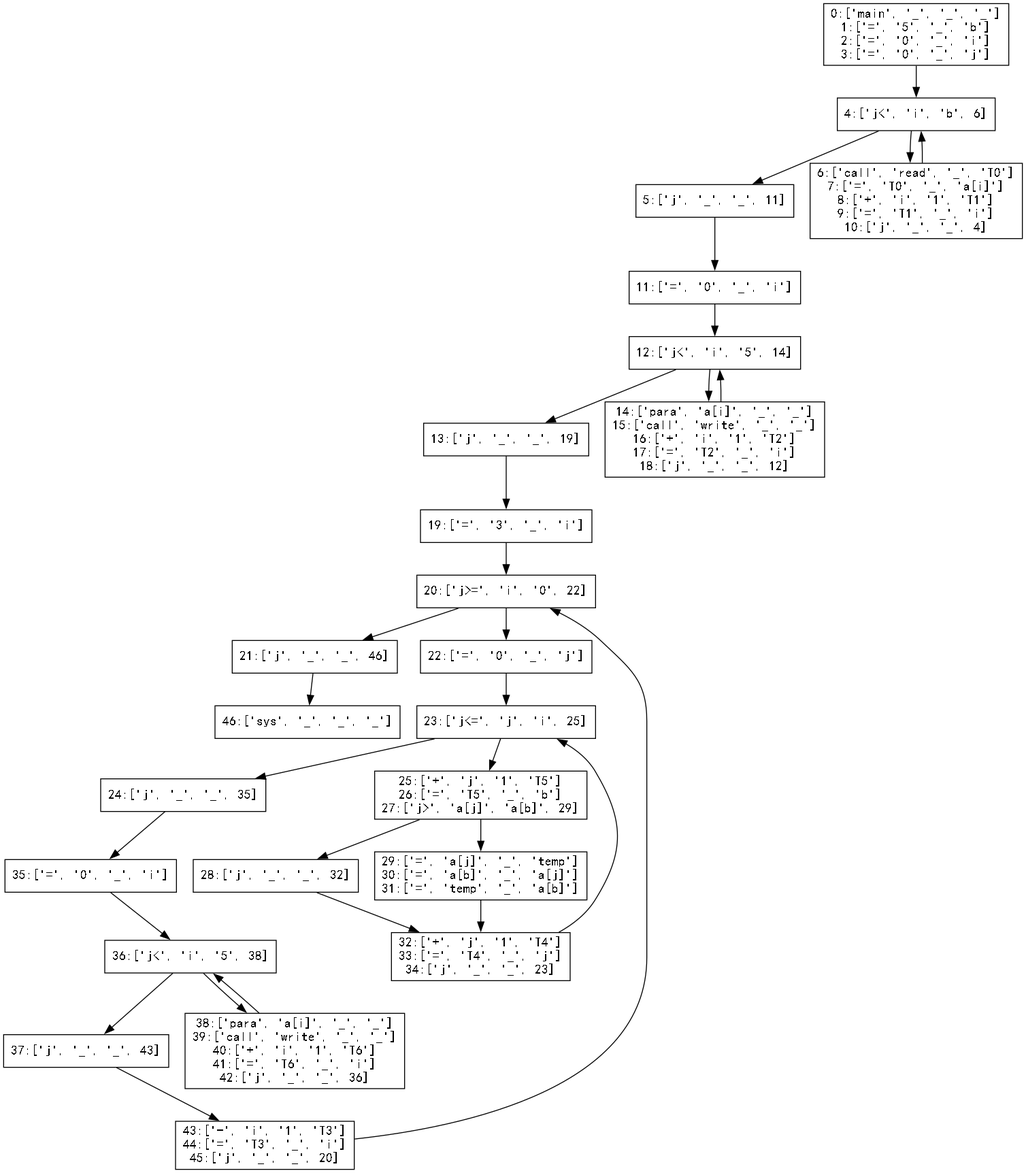
The Graphviz diagram Basic_Block/basic_block.gv.png in hutao99/compiler, before a commit. Its source is kept beside it as Basic_Block/basic_block.gv.
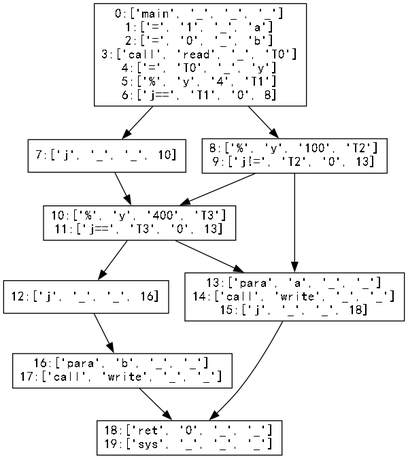
Later version of the same file.

What changed in the source:
```diff
@@ -1,102 +1,40 @@
 digraph "./Basic_Block/basic_block" {
 	0 [label="0:['main', '_', '_', '_']
-1:['=', '5', '_', 'b']
-2:['=', '0', '_', 'i']
-3:['=', '0', '_', 'j']
+1:['=', '1', '_', 'a']
+2:['=', '0', '_', 'b']
+3:['call', 'read', '_', 'T0']
+4:['=', 'T0', '_', 'y']
+5:['%', 'y', '4', 'T1']
+6:['j==', 'T1', '0', 8]
 " fontname=SimHei shape=rectangle]
-	1 [label="4:['j<', 'i', 'b', 6]
+	1 [label="7:['j', '_', '_', 10]
 " fontname=SimHei shape=rectangle]
-	2 [label="5:['j', '_', '_', 11]
+	2 [label="8:['%', 'y', '100', 'T2']
+9:['j!=', 'T2', '0', 13]
 " fontname=SimHei shape=rectangle]
-	3 [label="6:['call', 'read', '_', 'T0']
-7:['=', 'T0', '_', 'a[i]']
-8:['+', 'i', '1', 'T1']
-9:['=', 'T1', '_', 'i']
-10:['j', '_', '_', 4]
+	3 [label="10:['%', 'y', '400', 'T3']
+11:['j==', 'T3', '0', 13]
 " fontname=SimHei shape=rectangle]
-	4 [label="11:['=', '0', '_', 'i']
+	4 [label="12:['j', '_', '_', 16]
 " fontname=SimHei shape=rectangle]
-	5 [label="12:['j<', 'i', '5', 14]
+	5 [label="13:['para', 'a', '_', '_']
+14:['call', 'write', '_', '_']
+15:['j', '_', '_', 18]
 " fontname=SimHei shape=rectangle]
-	6 [label="13:['j', '_', '_', 19]
+	6 [label="16:['para', 'b', '_', '_']
+17:['call', 'write', '_', '_']
 " fontname=SimHei shape=rectangle]
-	7 [label="14:['para', 'a[i]', '_', '_']
-15:['call', 'write', '_', '_']
-16:['+', 'i', '1', 'T2']
-17:['=', 'T2', '_', 'i']
-18:['j', '_', '_', 12]
+	7 [label="18:['ret', '0', '_', '_']
+19:['sys', '_', '_', '_']
 " fontname=SimHei shape=rectangle]
-	8 [label="19:['=', '3', '_', 'i']
-" fontname=SimHei shape=rectangle]
-	9 [label="20:['j>=', 'i', '0', 22]
-" fontname=SimHei shape=rectangle]
-	10 [label="21:['j', '_', '_', 46]
-" fontname=SimHei shape=rectangle]
-	11 [label="22:['=', '0', '_', 'j']
-" fontname=SimHei shape=rectangle]
-	12 [label="23:['j<=', 'j', 'i', 25]
-" fontname=SimHei shape=rectangle]
-	13 [label="24:['j', '_', '_', 35]
-" fontname=SimHei shape=rectangle]
-	14 [label="25:['+', 'j', '1', 'T5']
-26:['=', 'T5', '_', 'b']
-27:['j>', 'a[j]', 'a[b]', 29]
-" fontname=SimHei shape=rectangle]
-	15 [label="28:['j', '_', '_', 32]
-" fontname=SimHei shape=rectangle]
-	16 [label="29:['=', 'a[j]', '_', 'temp']
-30:['=', 'a[b]', '_', 'a[j]']
-31:['=', 'temp', '_', 'a[b]']
-" fontname=SimHei shape=rectangle]
-	17 [label="32:['+', 'j', '1', 'T4']
-33:['=', 'T4', '_', 'j']
-34:['j', '_', '_', 23]
-" fontname=SimHei shape=rectangle]
-	18 [label="35:['=', '0', '_', 'i']
-" fontname=SimHei shape=rectangle]
-	19 [label="36:['j<', 'i', '5', 38]
-" fontname=SimHei shape=rectangle]
-	20 [label="37:['j', '_', '_', 43]
-" fontname=SimHei shape=rectangle]
-	21 [label="38:['para', 'a[i]', '_', '_']
-39:['call', 'write', '_', '_']
-40:['+', 'i', '1', 'T6']
-41:['=', 'T6', '_', 'i']
-42:['j', '_', '_', 36]
-" fontname=SimHei shape=rectangle]
-	22 [label="43:['-', 'i', '1', 'T3']
-44:['=', 'T3', '_', 'i']
-45:['j', '_', '_', 20]
-" fontname=SimHei shape=rectangle]
-	23 [label="46:['sys', '_', '_', '_']
-" fontname=SimHei shape=rectangle]
+	0 -> 2
 	0 -> 1
 	1 -> 3
-	1 -> 2
-	2 -> 4
-	3 -> 1
-	4 -> 5
+	2 -> 5
+	2 -> 3
+	3 -> 5
+	3 -> 4
+	4 -> 6
 	5 -> 7
-	5 -> 6
-	6 -> 8
-	7 -> 5
-	8 -> 9
-	9 -> 11
-	9 -> 10
-	10 -> 23
-	11 -> 12
-	12 -> 14
-	12 -> 13
-	13 -> 18
-	14 -> 16
-	14 -> 15
-	15 -> 17
-	16 -> 17
-	17 -> 12
-	18 -> 19
-	19 -> 21
-	19 -> 20
-	20 -> 22
-	21 -> 19
-	22 -> 9
+	6 -> 7
 }
```
